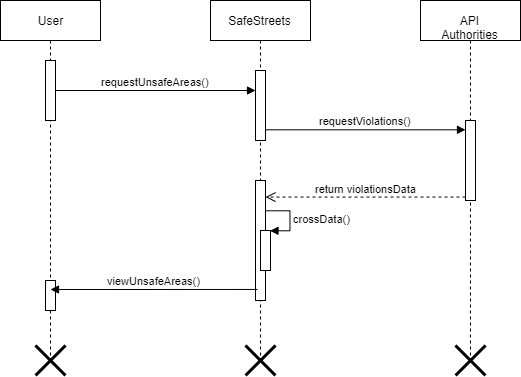
The draw.io diagram RASD/latex/Images/SeqDiag_unsafeAreas.png in manuelsalamino/SoftwareEngineering2-Project, before a commit. Source tidied: cells renumbered, new cells last; positions are measured from the earlier drawing's top-left corner, leaving out a move shared by most shapes.
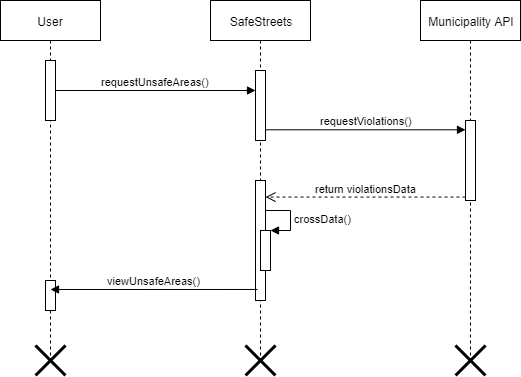
Above is the later version.

Diff of the diagram source:
```diff
@@ -34,7 +34,7 @@
     <mxCell id="10" style="shape=umlDestroy;whiteSpace=wrap;html=1;strokeWidth=3;" parent="5" vertex="1">
       <mxGeometry x="35" y="345" width="30" height="30" as="geometry" />
     </mxCell>
-    <mxCell id="11" value="API Authorities" style="shape=umlLifeline;perimeter=lifelinePerimeter;whiteSpace=wrap;html=1;" parent="1" vertex="1">
+    <mxCell id="11" value="Municipality API" style="shape=umlLifeline;perimeter=lifelinePerimeter;whiteSpace=wrap;html=1;" parent="1" vertex="1">
       <mxGeometry x="420" width="100" height="360" as="geometry" />
     </mxCell>
     <mxCell id="12" style="html=1;points=[];perimeter=orthogonalPerimeter;" parent="11" vertex="1">
```
